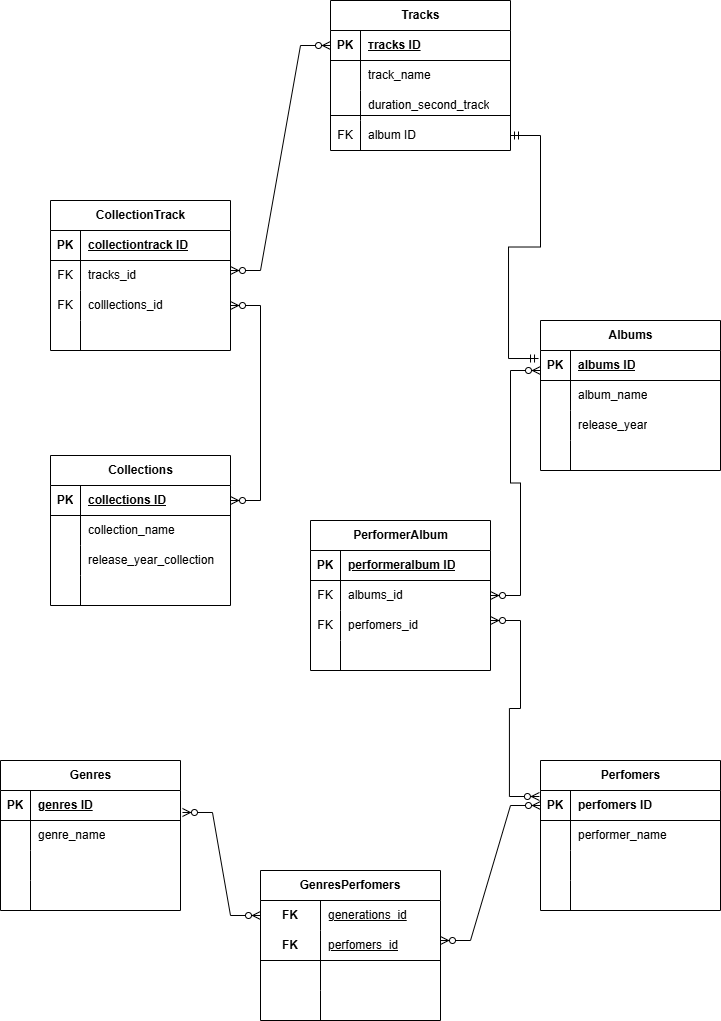
KatayVA/Database keeps this draw.io diagram as HWDB.png. Above is the earlier version. Source tidied: cells renumbered, new cells last; positions are measured from the earlier drawing's top-left corner, leaving out a move shared by most shapes.
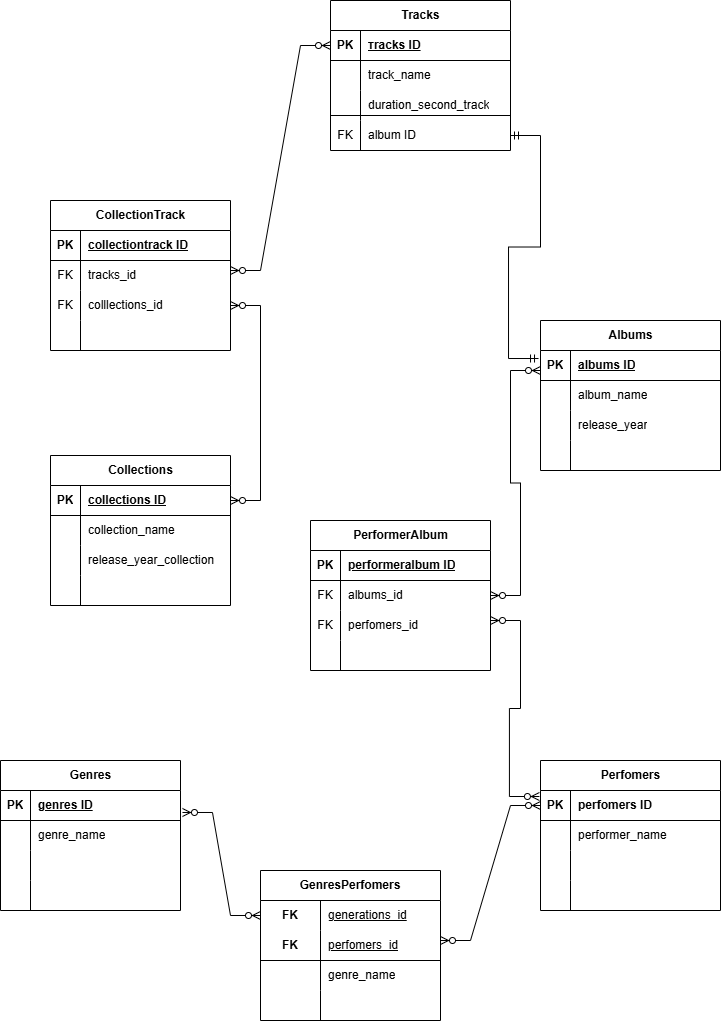
After the change.

Change to the diagram source:
```diff
@@ -352,7 +352,7 @@
     <mxCell id="108" style="shape=partialRectangle;fillColor=none;top=0;left=0;bottom=0;right=0;overflow=hidden;html=1;whiteSpace=wrap;" parent="107" vertex="1">
       <mxGeometry width="60" height="30" as="geometry" />
     </mxCell>
-    <mxCell id="109" style="shape=partialRectangle;fillColor=none;top=0;left=0;bottom=0;right=0;align=left;spacingLeft=6;overflow=hidden;html=1;whiteSpace=wrap;" parent="107" vertex="1">
+    <mxCell id="109" value="genre_name" style="shape=partialRectangle;fillColor=none;top=0;left=0;bottom=0;right=0;align=left;spacingLeft=6;overflow=hidden;html=1;whiteSpace=wrap;" parent="107" vertex="1">
       <mxGeometry x="60" width="120" height="30" as="geometry" />
     </mxCell>
     <mxCell id="110" style="shape=tableRow;horizontal=0;startSize=0;swimlaneHead=0;swimlaneBody=0;fillColor=none;top=0;left=0;right=0;bottom=0;html=1;" parent="100" vertex="1">
```
